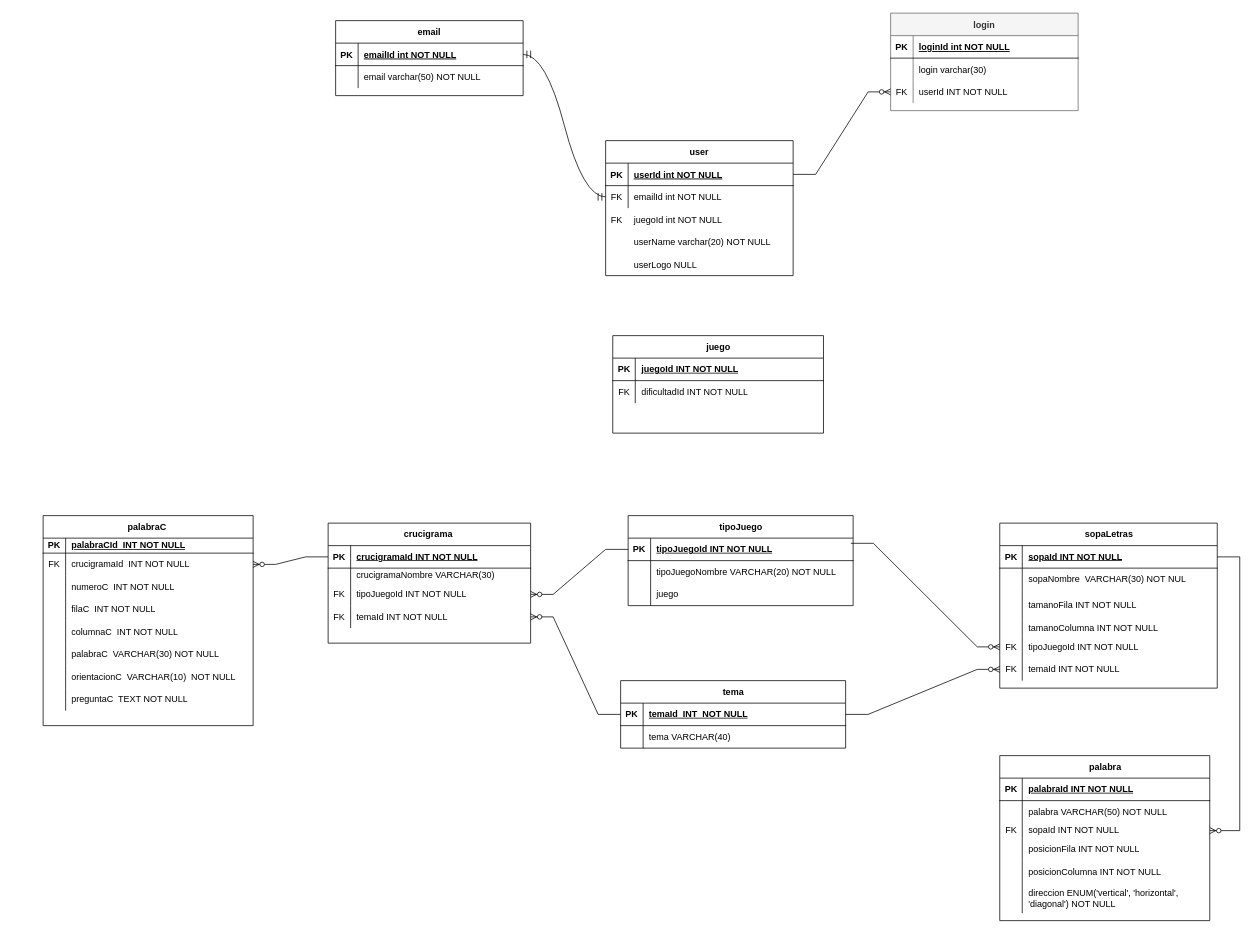
The draw.io diagram img/Diagrama sin título.drawio in MasacradorM/juegoConjuntos, before the edit. Source tidied: cells renumbered, new cells numbered last; positions are measured from the earlier drawing's top-left corner, leaving out a move shared by most shapes. Both pictures are drawn from the tidied source at 75%, with x=0, y=0 at pixel (43, 13).
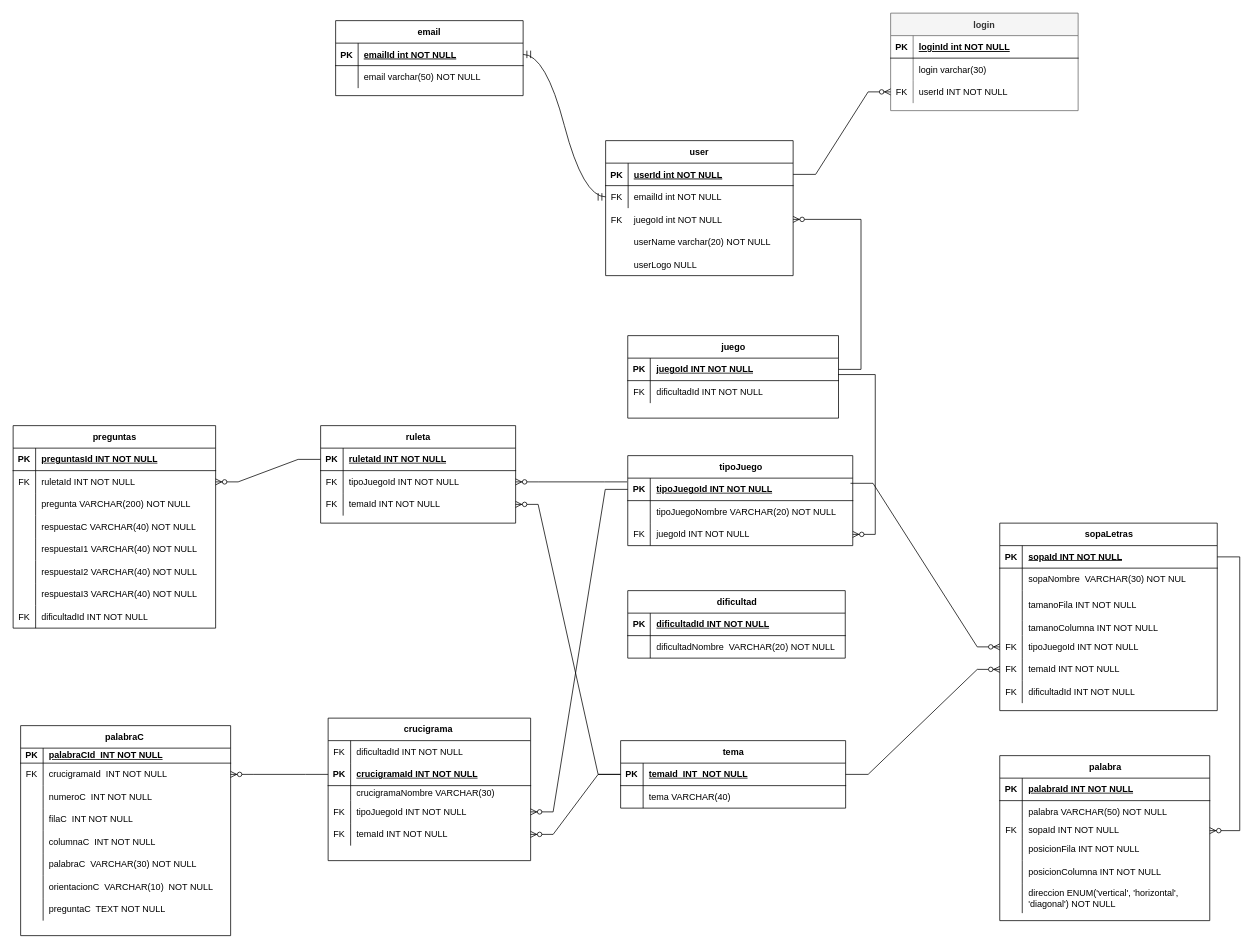
After the change.

Unchanged cells that the change refers to:
```xml
<mxCell id="29" style="shape=partialRectangle;fillColor=none;points=[[0,0.5],[1,0.5]];portConstraint=eastwest;top=0;left=0;right=0;bottom=0;" parent="1" vertex="1">
  <mxGeometry x="750" y="260" width="250" height="30" as="geometry" />
</mxCell>
<mxCell id="33" style="shape=tableRow;horizontal=0;startSize=0;swimlaneHead=0;swimlaneBody=0;fillColor=none;points=[[0,0.5],[1,0.5]];portConstraint=eastwest;top=0;left=0;right=0;bottom=1;" parent="32" vertex="1">
  <mxGeometry y="30" width="281" height="30" as="geometry" />
</mxCell>
<mxCell id="40" style="shape=tableRow;horizontal=0;startSize=0;swimlaneHead=0;swimlaneBody=0;fillColor=none;points=[[0,0.5],[1,0.5]];portConstraint=eastwest;top=0;left=0;right=0;bottom=1;" parent="39" vertex="1">
  <mxGeometry y="30" width="300" height="30" as="geometry" />
</mxCell>
<mxCell id="46" style="shape=tableRow;horizontal=0;startSize=0;swimlaneHead=0;swimlaneBody=0;fillColor=none;points=[[0,0.5],[1,0.5]];portConstraint=eastwest;top=0;left=0;right=0;bottom=0;" parent="39" vertex="1">
  <mxGeometry y="90" width="300" height="30" as="geometry" />
</mxCell>
<mxCell id="126" style="shape=tableRow;horizontal=0;startSize=0;swimlaneHead=0;swimlaneBody=0;fillColor=none;points=[[0,0.5],[1,0.5]];portConstraint=eastwest;top=0;left=0;right=0;bottom=1;" parent="125" vertex="1">
  <mxGeometry y="30" width="300" height="30" as="geometry" />
</mxCell>
```

The edit, as a diff of the source:
```diff
@@
     <mxCell id="32" value="juego" style="shape=table;startSize=30;childLayout=tableLayout;rowLines=0;fontStyle=1;align=center;html=1;" parent="1" vertex="1">
-      <mxGeometry x="759.5" y="430" width="281" height="130" as="geometry" />
+      <mxGeometry x="779.5" y="430" width="281" height="110" as="geometry" />
     </mxCell>
@@
     <mxCell id="39" value="tipoJuego" style="shape=table;startSize=30;childLayout=tableLayout;rowLines=0;fontStyle=1;align=center;html=1;" parent="1" vertex="1">
-      <mxGeometry x="780" y="670" width="300" height="120" as="geometry" />
+      <mxGeometry x="779.5" y="590" width="300" height="120" as="geometry" />
     </mxCell>
@@
-    <mxCell id="47" style="shape=partialRectangle;fillColor=none;top=0;left=0;bottom=0;right=0;overflow=hidden;whiteSpace=wrap;html=1;" parent="46" vertex="1">
+    <mxCell id="47" value="FK" style="shape=partialRectangle;fillColor=none;top=0;left=0;bottom=0;right=0;overflow=hidden;whiteSpace=wrap;html=1;" parent="46" vertex="1">
       <mxGeometry width="30" height="30" as="geometry" />
     </mxCell>
-    <mxCell id="48" value="juego" style="shape=partialRectangle;fillColor=none;top=0;left=0;bottom=0;right=0;align=left;spacingLeft=6;overflow=hidden;whiteSpace=wrap;html=1;" parent="46" vertex="1">
+    <mxCell id="48" value="juegoId INT NOT NULL" style="shape=partialRectangle;fillColor=none;top=0;left=0;bottom=0;right=0;align=left;spacingLeft=6;overflow=hidden;whiteSpace=wrap;html=1;" parent="46" vertex="1">
       <mxGeometry x="30" width="270" height="30" as="geometry" />
     </mxCell>
     <mxCell id="49" value="crucigrama&amp;nbsp;" style="shape=table;startSize=30;childLayout=tableLayout;rowLines=0;fontStyle=1;align=center;html=1;" parent="1" vertex="1">
-      <mxGeometry x="380" y="680" width="270" height="160" as="geometry" />
+      <mxGeometry x="380" y="940" width="270" height="190" as="geometry" />
     </mxCell>
+    <mxCell id="139" style="shape=tableRow;horizontal=0;startSize=0;swimlaneHead=0;swimlaneBody=0;fillColor=none;top=0;left=0;right=0;bottom=0;" parent="49" vertex="1">
+      <mxGeometry y="30" width="270" height="30" as="geometry" />
+    </mxCell>
+    <mxCell id="140" value="FK" style="shape=partialRectangle;fillColor=none;top=0;left=0;bottom=0;right=0;overflow=hidden;whiteSpace=wrap;html=1;" parent="139" vertex="1">
+      <mxGeometry width="30" height="30" as="geometry" />
+    </mxCell>
+    <mxCell id="141" value="dificultadId INT NOT NULL" style="shape=partialRectangle;fillColor=none;top=0;left=0;bottom=0;right=0;align=left;spacingLeft=6;overflow=hidden;whiteSpace=wrap;html=1;" parent="139" vertex="1">
+      <mxGeometry x="30" width="240" height="30" as="geometry" />
+    </mxCell>
     <mxCell id="50" style="shape=tableRow;horizontal=0;startSize=0;swimlaneHead=0;swimlaneBody=0;fillColor=none;points=[[0,0.5],[1,0.5]];portConstraint=eastwest;top=0;left=0;right=0;bottom=1;" parent="49" vertex="1">
-      <mxGeometry y="30" width="270" height="30" as="geometry" />
+      <mxGeometry y="60" width="270" height="30" as="geometry" />
     </mxCell>
@@
     <mxCell id="53" style="shape=tableRow;horizontal=0;startSize=0;swimlaneHead=0;swimlaneBody=0;fillColor=none;top=0;left=0;right=0;bottom=0;" parent="49" vertex="1">
-      <mxGeometry y="60" width="270" height="20" as="geometry" />
+      <mxGeometry y="90" width="270" height="20" as="geometry" />
     </mxCell>
@@
     <mxCell id="56" style="shape=tableRow;horizontal=0;startSize=0;swimlaneHead=0;swimlaneBody=0;fillColor=none;points=[[0,0.5],[1,0.5]];portConstraint=eastwest;top=0;left=0;right=0;bottom=0;" parent="49" vertex="1">
-      <mxGeometry y="80" width="270" height="30" as="geometry" />
+      <mxGeometry y="110" width="270" height="30" as="geometry" />
     </mxCell>
@@
     <mxCell id="59" style="shape=tableRow;horizontal=0;startSize=0;swimlaneHead=0;swimlaneBody=0;fillColor=none;points=[[0,0.5],[1,0.5]];portConstraint=eastwest;top=0;left=0;right=0;bottom=0;" parent="49" vertex="1">
-      <mxGeometry y="110" width="270" height="30" as="geometry" />
+      <mxGeometry y="140" width="270" height="30" as="geometry" />
     </mxCell>
@@
     <mxCell id="62" value="sopaLetras" style="shape=table;startSize=30;childLayout=tableLayout;rowLines=0;fontStyle=1;align=center;html=1;" parent="1" vertex="1">
-      <mxGeometry x="1275.5" y="680" width="290" height="220" as="geometry" />
+      <mxGeometry x="1275.5" y="680" width="290" height="250" as="geometry" />
     </mxCell>
@@
+    <mxCell id="142" style="shape=tableRow;horizontal=0;startSize=0;swimlaneHead=0;swimlaneBody=0;fillColor=none;top=0;left=0;right=0;bottom=0;" parent="62" vertex="1">
+      <mxGeometry y="210" width="290" height="30" as="geometry" />
+    </mxCell>
+    <mxCell id="143" value="FK" style="shape=partialRectangle;fillColor=none;top=0;left=0;bottom=0;right=0;overflow=hidden;whiteSpace=wrap;html=1;" parent="142" vertex="1">
+      <mxGeometry width="30" height="30" as="geometry" />
+    </mxCell>
+    <mxCell id="144" value="dificultadId INT NOT NULL" style="shape=partialRectangle;fillColor=none;top=0;left=0;bottom=0;right=0;align=left;spacingLeft=6;overflow=hidden;whiteSpace=wrap;html=1;" parent="142" vertex="1">
+      <mxGeometry x="30" width="260" height="30" as="geometry" />
+    </mxCell>
@@
     <mxCell id="100" value="palabraC&amp;nbsp;" style="shape=table;startSize=30;childLayout=tableLayout;rowLines=0;fontStyle=1;align=center;html=1;" parent="1" vertex="1">
-      <mxGeometry y="670" width="280" height="280" as="geometry" />
+      <mxGeometry x="-30" y="950" width="280" height="280" as="geometry" />
     </mxCell>
@@
     <mxCell id="125" value="tema" style="shape=table;startSize=30;childLayout=tableLayout;rowLines=0;fontStyle=1;align=center;html=1;" parent="1" vertex="1">
-      <mxGeometry x="770" y="890" width="300" height="90" as="geometry" />
+      <mxGeometry x="770" y="970" width="300" height="90" as="geometry" />
     </mxCell>
@@
+    <mxCell id="145" style="edgeStyle=entityRelationEdgeStyle;fontSize=12;html=1;endArrow=ERzeroToMany;endFill=1;rounded=0;exitX=0.998;exitY=0.731;exitDx=0;exitDy=0;exitPerimeter=0;" parent="1" edge="1" source="33" target="46">
+      <mxGeometry relative="1" as="geometry">
+        <Array as="points">
+          <mxPoint x="984.5" y="450" />
+          <mxPoint x="929.5" y="425" />
+          <mxPoint x="899.5" y="395" />
+          <mxPoint x="919.5" y="435" />
+          <mxPoint x="959.5" y="435" />
+          <mxPoint x="864.5" y="545" />
+        </Array>
+      </mxGeometry>
+    </mxCell>
+    <mxCell id="146" style="edgeStyle=entityRelationEdgeStyle;fontSize=12;html=1;endArrow=ERzeroToMany;endFill=1;rounded=0;" parent="1" edge="1" source="33" target="29">
+      <mxGeometry relative="1" as="geometry">
+        <Array as="points">
+          <mxPoint x="750" y="470" />
+        </Array>
+      </mxGeometry>
+    </mxCell>
+    <mxCell id="147" value="ruleta" style="shape=table;startSize=30;childLayout=tableLayout;rowLines=0;fontStyle=1;align=center;html=1;" parent="1" vertex="1">
+      <mxGeometry x="370" y="550" width="260" height="130" as="geometry" />
+    </mxCell>
+    <mxCell id="148" style="shape=tableRow;horizontal=0;startSize=0;swimlaneHead=0;swimlaneBody=0;fillColor=none;points=[[0,0.5],[1,0.5]];portConstraint=eastwest;top=0;left=0;right=0;bottom=1;" parent="147" vertex="1">
+      <mxGeometry y="30" width="260" height="30" as="geometry" />
+    </mxCell>
+    <mxCell id="149" value="PK" style="shape=partialRectangle;fillColor=none;top=0;left=0;bottom=0;right=0;fontStyle=1;overflow=hidden;whiteSpace=wrap;html=1;" parent="148" vertex="1">
+      <mxGeometry width="30" height="30" as="geometry" />
+    </mxCell>
+    <mxCell id="150" value="ruletaId INT NOT NULL" style="shape=partialRectangle;fillColor=none;top=0;left=0;bottom=0;right=0;align=left;spacingLeft=6;fontStyle=5;overflow=hidden;whiteSpace=wrap;html=1;" parent="148" vertex="1">
+      <mxGeometry x="30" width="230" height="30" as="geometry" />
+    </mxCell>
+    <mxCell id="151" style="shape=tableRow;horizontal=0;startSize=0;swimlaneHead=0;swimlaneBody=0;fillColor=none;points=[[0,0.5],[1,0.5]];portConstraint=eastwest;top=0;left=0;right=0;bottom=0;" parent="147" vertex="1">
+      <mxGeometry y="60" width="260" height="30" as="geometry" />
+    </mxCell>
+    <mxCell id="152" value="FK" style="shape=partialRectangle;fillColor=none;top=0;left=0;bottom=0;right=0;overflow=hidden;whiteSpace=wrap;html=1;" parent="151" vertex="1">
+      <mxGeometry width="30" height="30" as="geometry" />
+    </mxCell>
+    <mxCell id="153" value="&lt;span style=&quot;background-color: initial;&quot;&gt;tipoJuegoId INT NOT NULL&lt;/span&gt;" style="shape=partialRectangle;fillColor=none;top=0;left=0;bottom=0;right=0;align=left;spacingLeft=6;overflow=hidden;whiteSpace=wrap;html=1;" parent="151" vertex="1">
+      <mxGeometry x="30" width="230" height="30" as="geometry" />
+    </mxCell>
+    <mxCell id="154" style="shape=tableRow;horizontal=0;startSize=0;swimlaneHead=0;swimlaneBody=0;fillColor=none;points=[[0,0.5],[1,0.5]];portConstraint=eastwest;top=0;left=0;right=0;bottom=0;" parent="147" vertex="1">
+      <mxGeometry y="90" width="260" height="30" as="geometry" />
+    </mxCell>
+    <mxCell id="155" value="FK" style="shape=partialRectangle;fillColor=none;top=0;left=0;bottom=0;right=0;overflow=hidden;whiteSpace=wrap;html=1;" parent="154" vertex="1">
+      <mxGeometry width="30" height="30" as="geometry" />
+    </mxCell>
+    <mxCell id="156" value="temaId INT NOT NULL" style="shape=partialRectangle;fillColor=none;top=0;left=0;bottom=0;right=0;align=left;spacingLeft=6;overflow=hidden;whiteSpace=wrap;html=1;" parent="154" vertex="1">
+      <mxGeometry x="30" width="230" height="30" as="geometry" />
+    </mxCell>
+    <mxCell id="157" value="preguntas" style="shape=table;startSize=30;childLayout=tableLayout;rowLines=0;fontStyle=1;align=center;html=1;" parent="1" vertex="1">
+      <mxGeometry x="-40" y="550" width="270" height="270" as="geometry" />
+    </mxCell>
+    <mxCell id="158" style="shape=tableRow;horizontal=0;startSize=0;swimlaneHead=0;swimlaneBody=0;fillColor=none;top=0;left=0;right=0;bottom=1;" parent="157" vertex="1">
+      <mxGeometry y="30" width="270" height="30" as="geometry" />
+    </mxCell>
+    <mxCell id="159" value="PK" style="shape=partialRectangle;fillColor=none;top=0;left=0;bottom=0;right=0;fontStyle=1;overflow=hidden;whiteSpace=wrap;html=1;" parent="158" vertex="1">
+      <mxGeometry width="30" height="30" as="geometry" />
+    </mxCell>
+    <mxCell id="160" value="preguntasId INT NOT NULL" style="shape=partialRectangle;fillColor=none;top=0;left=0;bottom=0;right=0;align=left;spacingLeft=6;fontStyle=5;overflow=hidden;whiteSpace=wrap;html=1;" parent="158" vertex="1">
+      <mxGeometry x="30" width="240" height="30" as="geometry" />
+    </mxCell>
+    <mxCell id="161" style="shape=tableRow;horizontal=0;startSize=0;swimlaneHead=0;swimlaneBody=0;fillColor=none;points=[[0,0.5],[1,0.5]];portConstraint=eastwest;top=0;left=0;right=0;bottom=0;" parent="157" vertex="1">
+      <mxGeometry y="60" width="270" height="30" as="geometry" />
+    </mxCell>
+    <mxCell id="162" value="FK" style="shape=partialRectangle;fillColor=none;top=0;left=0;bottom=0;right=0;overflow=hidden;whiteSpace=wrap;html=1;" parent="161" vertex="1">
+      <mxGeometry width="30" height="30" as="geometry" />
+    </mxCell>
+    <mxCell id="163" value="ruletaId INT NOT NULL" style="shape=partialRectangle;fillColor=none;top=0;left=0;bottom=0;right=0;align=left;spacingLeft=6;overflow=hidden;whiteSpace=wrap;html=1;" parent="161" vertex="1">
+      <mxGeometry x="30" width="240" height="30" as="geometry" />
+    </mxCell>
+    <mxCell id="164" style="shape=tableRow;horizontal=0;startSize=0;swimlaneHead=0;swimlaneBody=0;fillColor=none;top=0;left=0;right=0;bottom=0;" parent="157" vertex="1">
+      <mxGeometry y="90" width="270" height="30" as="geometry" />
+    </mxCell>
+    <mxCell id="165" style="shape=partialRectangle;fillColor=none;top=0;left=0;bottom=0;right=0;overflow=hidden;whiteSpace=wrap;html=1;" parent="164" vertex="1">
+      <mxGeometry width="30" height="30" as="geometry" />
+    </mxCell>
+    <mxCell id="166" value="pregunta VARCHAR(200) NOT NULL" style="shape=partialRectangle;fillColor=none;top=0;left=0;bottom=0;right=0;align=left;spacingLeft=6;overflow=hidden;whiteSpace=wrap;html=1;" parent="164" vertex="1">
+      <mxGeometry x="30" width="240" height="30" as="geometry" />
+    </mxCell>
+    <mxCell id="167" style="shape=tableRow;horizontal=0;startSize=0;swimlaneHead=0;swimlaneBody=0;fillColor=none;top=0;left=0;right=0;bottom=0;" parent="157" vertex="1">
+      <mxGeometry y="120" width="270" height="30" as="geometry" />
+    </mxCell>
+    <mxCell id="168" style="shape=partialRectangle;fillColor=none;top=0;left=0;bottom=0;right=0;overflow=hidden;whiteSpace=wrap;html=1;" parent="167" vertex="1">
+      <mxGeometry width="30" height="30" as="geometry" />
+    </mxCell>
+    <mxCell id="169" value="respuestaC VARCHAR(40) NOT NULL" style="shape=partialRectangle;fillColor=none;top=0;left=0;bottom=0;right=0;align=left;spacingLeft=6;overflow=hidden;whiteSpace=wrap;html=1;" parent="167" vertex="1">
+      <mxGeometry x="30" width="240" height="30" as="geometry" />
+    </mxCell>
+    <mxCell id="170" style="shape=tableRow;horizontal=0;startSize=0;swimlaneHead=0;swimlaneBody=0;fillColor=none;top=0;left=0;right=0;bottom=0;" parent="157" vertex="1">
+      <mxGeometry y="150" width="270" height="30" as="geometry" />
+    </mxCell>
+    <mxCell id="171" style="shape=partialRectangle;fillColor=none;top=0;left=0;bottom=0;right=0;overflow=hidden;whiteSpace=wrap;html=1;" parent="170" vertex="1">
+      <mxGeometry width="30" height="30" as="geometry" />
+    </mxCell>
+    <mxCell id="172" value="respuestaI1 VARCHAR(40) NOT NULL" style="shape=partialRectangle;fillColor=none;top=0;left=0;bottom=0;right=0;align=left;spacingLeft=6;overflow=hidden;whiteSpace=wrap;html=1;" parent="170" vertex="1">
+      <mxGeometry x="30" width="240" height="30" as="geometry" />
+    </mxCell>
+    <mxCell id="173" style="shape=tableRow;horizontal=0;startSize=0;swimlaneHead=0;swimlaneBody=0;fillColor=none;top=0;left=0;right=0;bottom=0;" parent="157" vertex="1">
+      <mxGeometry y="180" width="270" height="30" as="geometry" />
+    </mxCell>
+    <mxCell id="174" style="shape=partialRectangle;fillColor=none;top=0;left=0;bottom=0;right=0;overflow=hidden;whiteSpace=wrap;html=1;" parent="173" vertex="1">
+      <mxGeometry width="30" height="30" as="geometry" />
+    </mxCell>
+    <mxCell id="175" value="respuestaI2 VARCHAR(40) NOT NULL" style="shape=partialRectangle;fillColor=none;top=0;left=0;bottom=0;right=0;align=left;spacingLeft=6;overflow=hidden;whiteSpace=wrap;html=1;" parent="173" vertex="1">
+      <mxGeometry x="30" width="240" height="30" as="geometry" />
+    </mxCell>
+    <mxCell id="176" style="shape=tableRow;horizontal=0;startSize=0;swimlaneHead=0;swimlaneBody=0;fillColor=none;top=0;left=0;right=0;bottom=0;" parent="157" vertex="1">
+      <mxGeometry y="210" width="270" height="30" as="geometry" />
+    </mxCell>
+    <mxCell id="177" style="shape=partialRectangle;fillColor=none;top=0;left=0;bottom=0;right=0;overflow=hidden;whiteSpace=wrap;html=1;" parent="176" vertex="1">
+      <mxGeometry width="30" height="30" as="geometry" />
+    </mxCell>
+    <mxCell id="178" value="respuestaI3 VARCHAR(40) NOT NULL" style="shape=partialRectangle;fillColor=none;top=0;left=0;bottom=0;right=0;align=left;spacingLeft=6;overflow=hidden;whiteSpace=wrap;html=1;" parent="176" vertex="1">
+      <mxGeometry x="30" width="240" height="30" as="geometry" />
+    </mxCell>
+    <mxCell id="179" style="shape=tableRow;horizontal=0;startSize=0;swimlaneHead=0;swimlaneBody=0;fillColor=none;top=0;left=0;right=0;bottom=0;" parent="157" vertex="1">
+      <mxGeometry y="240" width="270" height="30" as="geometry" />
+    </mxCell>
+    <mxCell id="180" value="FK" style="shape=partialRectangle;fillColor=none;top=0;left=0;bottom=0;right=0;overflow=hidden;whiteSpace=wrap;html=1;" parent="179" vertex="1">
+      <mxGeometry width="30" height="30" as="geometry" />
+    </mxCell>
+    <mxCell id="181" value="dificultadId INT NOT NULL" style="shape=partialRectangle;fillColor=none;top=0;left=0;bottom=0;right=0;align=left;spacingLeft=6;overflow=hidden;whiteSpace=wrap;html=1;" parent="179" vertex="1">
+      <mxGeometry x="30" width="240" height="30" as="geometry" />
+    </mxCell>
+    <mxCell id="182" style="edgeStyle=entityRelationEdgeStyle;fontSize=12;html=1;endArrow=ERzeroToMany;endFill=1;rounded=0;exitX=-0.003;exitY=0.167;exitDx=0;exitDy=0;exitPerimeter=0;entryX=1;entryY=0.5;entryDx=0;entryDy=0;" parent="1" edge="1" source="40" target="151">
+      <mxGeometry relative="1" as="geometry">
+        <Array as="points">
+          <mxPoint x="499.5" y="410" />
+          <mxPoint x="649.5" y="440" />
+        </Array>
+      </mxGeometry>
+    </mxCell>
+    <mxCell id="183" style="edgeStyle=entityRelationEdgeStyle;fontSize=12;html=1;endArrow=ERzeroToMany;endFill=1;rounded=0;entryX=1;entryY=0.5;entryDx=0;entryDy=0;exitX=0;exitY=0.5;exitDx=0;exitDy=0;" parent="1" edge="1" source="126" target="154">
+      <mxGeometry relative="1" as="geometry">
+        <Array as="points">
+          <mxPoint x="710" y="790" />
+        </Array>
+      </mxGeometry>
+    </mxCell>
+    <mxCell id="184" style="edgeStyle=entityRelationEdgeStyle;fontSize=12;html=1;endArrow=ERzeroToMany;endFill=1;rounded=0;entryX=1;entryY=0.5;entryDx=0;entryDy=0;exitX=0;exitY=0.5;exitDx=0;exitDy=0;" parent="1" edge="1" source="148" target="161">
+      <mxGeometry relative="1" as="geometry" />
+    </mxCell>
+    <mxCell id="185" value="dificultad" style="shape=table;startSize=30;childLayout=tableLayout;rowLines=0;fontStyle=1;align=center;html=1;" parent="1" vertex="1">
+      <mxGeometry x="779.5" y="770" width="290" height="90" as="geometry" />
+    </mxCell>
+    <mxCell id="186" style="shape=tableRow;horizontal=0;startSize=0;swimlaneHead=0;swimlaneBody=0;fillColor=none;top=0;left=0;right=0;bottom=1;" parent="185" vertex="1">
+      <mxGeometry y="30" width="290" height="30" as="geometry" />
+    </mxCell>
+    <mxCell id="187" value="PK" style="shape=partialRectangle;fillColor=none;top=0;left=0;bottom=0;right=0;fontStyle=1;overflow=hidden;whiteSpace=wrap;html=1;" parent="186" vertex="1">
+      <mxGeometry width="30" height="30" as="geometry" />
+    </mxCell>
+    <mxCell id="188" value="dificultadId INT NOT NULL" style="shape=partialRectangle;fillColor=none;top=0;left=0;bottom=0;right=0;align=left;spacingLeft=6;fontStyle=5;overflow=hidden;whiteSpace=wrap;html=1;" parent="186" vertex="1">
+      <mxGeometry x="30" width="260" height="30" as="geometry" />
+    </mxCell>
+    <mxCell id="189" style="shape=tableRow;horizontal=0;startSize=0;swimlaneHead=0;swimlaneBody=0;fillColor=none;top=0;left=0;right=0;bottom=0;" parent="185" vertex="1">
+      <mxGeometry y="60" width="290" height="30" as="geometry" />
+    </mxCell>
+    <mxCell id="190" style="shape=partialRectangle;fillColor=none;top=0;left=0;bottom=0;right=0;overflow=hidden;whiteSpace=wrap;html=1;" parent="189" vertex="1">
+      <mxGeometry width="30" height="30" as="geometry" />
+    </mxCell>
+    <mxCell id="191" value="dificultadNombre&amp;nbsp; VARCHAR(20) NOT NULL" style="shape=partialRectangle;fillColor=none;top=0;left=0;bottom=0;right=0;align=left;spacingLeft=6;overflow=hidden;whiteSpace=wrap;html=1;" parent="189" vertex="1">
+      <mxGeometry x="30" width="260" height="30" as="geometry" />
+    </mxCell>
```
